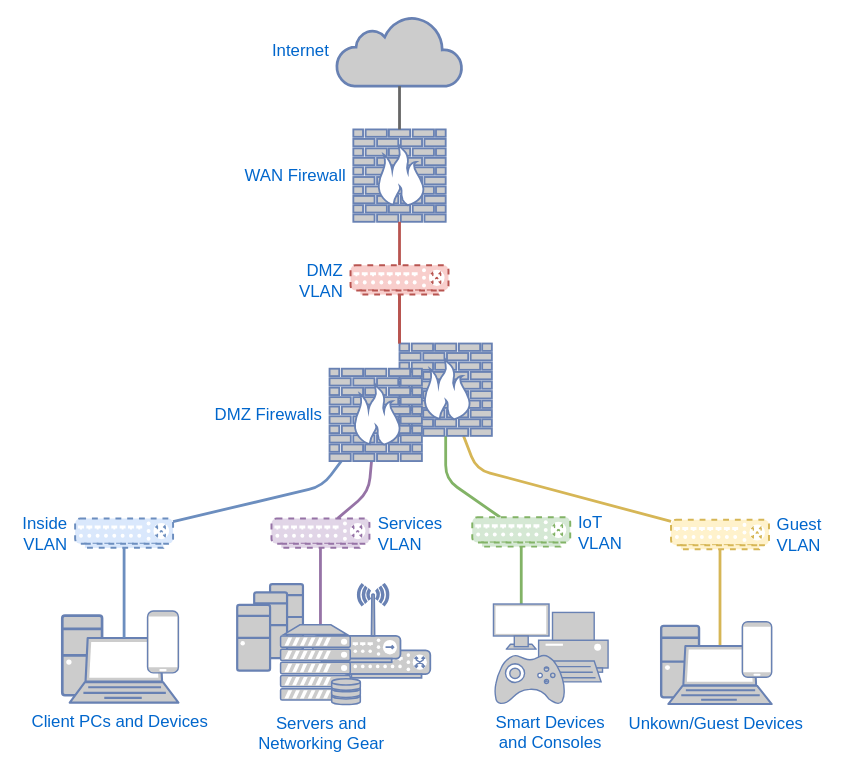
bcbrookman/homelab keeps this draw.io diagram as docs/content/assets/homelab-logical-network-topology.svg. Above is the earlier version. Source tidied: cells renumbered, new cells last; positions are measured from the earlier drawing's top-left corner, leaving out a move shared by most shapes. The source it was exported from:
```xml
<mxGraphModel>
  <root>
    <mxCell id="0" />
    <mxCell id="1" parent="0" />
    <mxCell id="2" style="rounded=0;whiteSpace=wrap;html=1;strokeColor=none;" parent="1" vertex="1">
      <mxGeometry width="600" height="550" as="geometry" />
    </mxCell>
    <mxCell id="3" style="endArrow=none;html=1;strokeWidth=2;fillColor=#d5e8d4;strokeColor=#82b366;fontFamily=Arial;fontColor=#0066CC;" parent="1" edge="1" source="12" target="32">
      <mxGeometry relative="1" as="geometry" />
    </mxCell>
    <mxCell id="4" value="&lt;font&gt;Internet&lt;/font&gt;" style="html=1;outlineConnect=0;fillColor=#CCCCCC;strokeColor=#6881B3;gradientColor=none;gradientDirection=north;strokeWidth=2;shape=mxgraph.networks.cloud;labelPosition=left;verticalLabelPosition=middle;align=right;verticalAlign=middle;sketch=0;shadow=0;spacing=6;fontFamily=Arial;fontColor=#0066CC;" parent="1" vertex="1">
      <mxGeometry x="240" y="11" width="90" height="50" as="geometry" />
    </mxCell>
    <mxCell id="5" style="endArrow=none;html=1;fillColor=#f8cecc;strokeWidth=2;strokeColor=#b85450;entryX=0;entryY=0;entryDx=0;entryDy=0;entryPerimeter=0;fontFamily=Arial;fontColor=#0066CC;" parent="1" edge="1" source="23" target="26">
      <mxGeometry relative="1" as="geometry" />
    </mxCell>
    <mxCell id="6" style="endArrow=none;html=1;strokeWidth=2;fillColor=#e1d5e7;strokeColor=#9673a6;fontFamily=Arial;fontColor=#0066CC;" parent="1" edge="1" source="27" target="29">
      <mxGeometry relative="1" as="geometry">
        <Array as="points">
          <mxPoint x="263" y="351" />
        </Array>
      </mxGeometry>
    </mxCell>
    <mxCell id="7" value="Inside&lt;br&gt;VLAN" style="verticalAlign=middle;verticalLabelPosition=middle;labelPosition=left;align=right;html=1;outlineConnect=0;fillColor=#dae8fc;strokeColor=#6c8ebf;gradientDirection=north;strokeWidth=2;shape=mxgraph.networks.switch;sketch=0;shadow=0;spacing=6;dashed=1;fontFamily=Arial;fontColor=#0066CC;" parent="1" vertex="1">
      <mxGeometry x="53.2" y="370" width="70" height="21" as="geometry" />
    </mxCell>
    <mxCell id="8" style="endArrow=none;html=1;strokeWidth=2;fillColor=#dae8fc;strokeColor=#6c8ebf;fontFamily=Arial;fontColor=#0066CC;" parent="1" edge="1" source="27" target="7">
      <mxGeometry relative="1" as="geometry">
        <Array as="points">
          <mxPoint x="230" y="347" />
        </Array>
      </mxGeometry>
    </mxCell>
    <mxCell id="9" style="endArrow=none;html=1;strokeWidth=2;fillColor=#d5e8d4;strokeColor=#82b366;fontFamily=Arial;fontColor=#0066CC;" parent="1" edge="1" source="26" target="32">
      <mxGeometry relative="1" as="geometry">
        <Array as="points">
          <mxPoint x="318" y="342" />
        </Array>
      </mxGeometry>
    </mxCell>
    <mxCell id="10" style="endArrow=none;html=1;strokeWidth=2;fillColor=#fff2cc;strokeColor=#d6b656;fontFamily=Arial;fontColor=#0066CC;" parent="1" edge="1" source="26" target="30">
      <mxGeometry relative="1" as="geometry">
        <Array as="points">
          <mxPoint x="340" y="335" />
        </Array>
      </mxGeometry>
    </mxCell>
    <mxCell id="11" value="Smart Devices &#10;and Consoles" style="group;labelPosition=center;verticalLabelPosition=bottom;align=center;verticalAlign=top;fontFamily=Arial;fontColor=#0066CC;" parent="1" vertex="1">
      <mxGeometry x="352.1" y="431.2" width="81.9" height="71.3" as="geometry" />
    </mxCell>
    <mxCell id="12" style="verticalAlign=top;verticalLabelPosition=bottom;labelPosition=center;align=center;html=1;outlineConnect=0;fillColor=#CCCCCC;strokeColor=#6881B3;gradientColor=none;gradientDirection=north;strokeWidth=2;shape=mxgraph.networks.monitor;fontFamily=Arial;fontColor=#0066CC;" parent="11" vertex="1">
      <mxGeometry width="39.7" height="32.3" as="geometry" />
    </mxCell>
    <mxCell id="13" style="verticalAlign=top;verticalLabelPosition=bottom;labelPosition=center;align=center;html=1;fillColor=#CCCCCC;strokeColor=#6881B3;gradientColor=none;gradientDirection=north;strokeWidth=2;shape=mxgraph.networks.printer;fontFamily=Arial;fontColor=#0066CC;" parent="11" vertex="1">
      <mxGeometry x="32.3" y="6" width="49.6" height="49.6" as="geometry" />
    </mxCell>
    <mxCell id="14" style="verticalAlign=top;verticalLabelPosition=bottom;labelPosition=center;align=center;html=1;fillColor=#CCCCCC;strokeColor=#6881B3;gradientColor=none;gradientDirection=north;strokeWidth=2;shape=mxgraph.networks.gamepad;fontFamily=Arial;fontColor=#0066CC;" parent="11" vertex="1">
      <mxGeometry x="1" y="36.6" width="49.6" height="34.8" as="geometry" />
    </mxCell>
    <mxCell id="15" value="Client PCs and Devices" style="group;labelPosition=center;verticalLabelPosition=bottom;align=center;verticalAlign=top;fontFamily=Arial;fontColor=#0066CC;" parent="1" vertex="1">
      <mxGeometry x="44" y="436.2" width="83" height="65.5" as="geometry" />
    </mxCell>
    <mxCell id="16" style="verticalAlign=top;verticalLabelPosition=bottom;labelPosition=center;align=center;html=1;fillColor=#CCCCCC;strokeColor=#6881B3;gradientColor=none;gradientDirection=north;strokeWidth=2;shape=mxgraph.networks.desktop_pc;fontFamily=Arial;fontColor=#0066CC;" parent="15" vertex="1">
      <mxGeometry y="3.3" width="28.4" height="56.9" as="geometry" />
    </mxCell>
    <mxCell id="17" style="verticalAlign=top;verticalLabelPosition=bottom;labelPosition=center;align=center;html=1;outlineConnect=0;fillColor=#CCCCCC;strokeColor=#6881B3;gradientColor=none;gradientDirection=north;strokeWidth=2;shape=mxgraph.networks.laptop;fontFamily=Arial;fontColor=#0066CC;" parent="15" vertex="1">
      <mxGeometry x="5.3" y="19.3" width="77.7" height="46.2" as="geometry" />
    </mxCell>
    <mxCell id="18" style="verticalAlign=top;verticalLabelPosition=bottom;labelPosition=center;align=center;html=1;fillColor=#CCCCCC;strokeColor=#6881B3;gradientColor=none;gradientDirection=north;strokeWidth=2;shape=mxgraph.networks.mobile;fontFamily=Arial;fontColor=#0066CC;" parent="15" vertex="1">
      <mxGeometry x="60.9" width="22.1" height="44.2" as="geometry" />
    </mxCell>
    <mxCell id="19" style="endArrow=none;html=1;strokeWidth=2;fillColor=#dae8fc;strokeColor=#6c8ebf;fontFamily=Arial;fontColor=#0066CC;" parent="1" edge="1" source="17" target="7">
      <mxGeometry relative="1" as="geometry" />
    </mxCell>
    <mxCell id="20" style="edgeStyle=orthogonalEdgeStyle;rounded=0;orthogonalLoop=1;jettySize=auto;html=1;exitX=0.5;exitY=1;exitDx=0;exitDy=0;exitPerimeter=0;fontFamily=Arial;fontColor=#0066CC;" parent="1" edge="1" source="4" target="4">
      <mxGeometry relative="1" as="geometry" />
    </mxCell>
    <mxCell id="21" value="WAN Firewall&lt;br&gt;" style="verticalAlign=middle;verticalLabelPosition=middle;labelPosition=left;align=right;html=1;outlineConnect=0;fillColor=#CCCCCC;strokeColor=#6881B3;gradientColor=none;gradientDirection=north;strokeWidth=2;shape=mxgraph.networks.firewall;spacing=6;fontFamily=Arial;fontColor=#0066CC;" parent="1" vertex="1">
      <mxGeometry x="252" y="92" width="66" height="66" as="geometry" />
    </mxCell>
    <mxCell id="22" style="endArrow=none;html=1;fillColor=#f5f5f5;strokeWidth=2;strokeColor=#666666;fontFamily=Arial;fontColor=#0066CC;" parent="1" edge="1" source="4" target="21">
      <mxGeometry relative="1" as="geometry" />
    </mxCell>
    <mxCell id="23" value="&lt;font&gt;DMZ&lt;br&gt;VLAN&lt;/font&gt;" style="verticalAlign=middle;verticalLabelPosition=middle;labelPosition=left;align=right;html=1;outlineConnect=0;fillColor=#f8cecc;strokeColor=#b85450;gradientDirection=north;strokeWidth=2;shape=mxgraph.networks.switch;sketch=0;shadow=0;spacing=6;dashed=1;fontFamily=Arial;fontColor=#0066CC;" parent="1" vertex="1">
      <mxGeometry x="250" y="189" width="70" height="21" as="geometry" />
    </mxCell>
    <mxCell id="24" style="endArrow=none;html=1;fillColor=#f8cecc;strokeWidth=2;strokeColor=#b85450;fontFamily=Arial;fontColor=#0066CC;" parent="1" edge="1" source="21" target="23">
      <mxGeometry relative="1" as="geometry" />
    </mxCell>
    <mxCell id="25" style="group;fontFamily=Arial;fontColor=#0066CC;" parent="1" vertex="1">
      <mxGeometry x="235" y="245" width="116" height="84" as="geometry" />
    </mxCell>
    <mxCell id="26" value="&lt;br&gt;" style="verticalAlign=middle;verticalLabelPosition=middle;labelPosition=left;align=right;html=1;outlineConnect=0;fillColor=#CCCCCC;strokeColor=#6881B3;gradientColor=none;gradientDirection=north;strokeWidth=2;shape=mxgraph.networks.firewall;spacing=6;shadow=0;fontFamily=Arial;fontColor=#0066CC;" parent="25" vertex="1">
      <mxGeometry x="50" width="66" height="66" as="geometry" />
    </mxCell>
    <mxCell id="27" value="DMZ Firewalls&lt;br&gt;" style="verticalAlign=middle;verticalLabelPosition=middle;labelPosition=left;align=right;html=1;outlineConnect=0;fillColor=#CCCCCC;strokeColor=#6881B3;gradientColor=none;gradientDirection=north;strokeWidth=2;shape=mxgraph.networks.firewall;spacing=6;shadow=0;fontFamily=Arial;fontColor=#0066CC;" parent="25" vertex="1">
      <mxGeometry y="18" width="66" height="66" as="geometry" />
    </mxCell>
    <mxCell id="28" style="endArrow=none;html=1;fillColor=#f8cecc;strokeWidth=2;strokeColor=#b85450;entryX=0;entryY=0;entryDx=0;entryDy=0;entryPerimeter=0;fontFamily=Arial;fontColor=#0066CC;" parent="1" edge="1" source="23" target="26">
      <mxGeometry relative="1" as="geometry" />
    </mxCell>
    <mxCell id="29" value="Services&lt;br&gt;VLAN" style="verticalAlign=middle;verticalLabelPosition=middle;labelPosition=right;align=left;html=1;outlineConnect=0;fillColor=#e1d5e7;strokeColor=#9673a6;gradientDirection=north;strokeWidth=2;shape=mxgraph.networks.switch;sketch=0;shadow=0;spacing=6;dashed=1;fontFamily=Arial;fontColor=#0066CC;" parent="1" vertex="1">
      <mxGeometry x="193.5" y="370" width="70" height="21" as="geometry" />
    </mxCell>
    <mxCell id="30" value="Guest&lt;br&gt;VLAN" style="verticalAlign=middle;verticalLabelPosition=middle;labelPosition=right;align=left;html=1;outlineConnect=0;fillColor=#fff2cc;strokeColor=#d6b656;gradientDirection=north;strokeWidth=2;shape=mxgraph.networks.switch;sketch=0;shadow=0;spacing=6;dashed=1;fontFamily=Arial;fontColor=#0066CC;" parent="1" vertex="1">
      <mxGeometry x="479" y="371" width="70" height="21" as="geometry" />
    </mxCell>
    <mxCell id="31" style="endArrow=none;html=1;strokeWidth=2;fillColor=#fff2cc;strokeColor=#d6b656;fontFamily=Arial;fontColor=#0066CC;" parent="1" edge="1" source="36" target="30">
      <mxGeometry relative="1" as="geometry" />
    </mxCell>
    <mxCell id="32" value="IoT&lt;br&gt;VLAN" style="verticalAlign=middle;verticalLabelPosition=middle;labelPosition=right;align=left;html=1;outlineConnect=0;fillColor=#d5e8d4;strokeColor=#82b366;gradientDirection=north;strokeWidth=2;shape=mxgraph.networks.switch;sketch=0;shadow=0;spacing=6;dashed=1;fontFamily=Arial;fontColor=#0066CC;" parent="1" vertex="1">
      <mxGeometry x="337" y="369.2" width="70" height="21" as="geometry" />
    </mxCell>
    <mxCell id="33" style="group;fontFamily=Arial;fontColor=#0066CC;" parent="1" vertex="1">
      <mxGeometry x="472" y="443.8" width="79" height="58.9" as="geometry" />
    </mxCell>
    <mxCell id="34" value="Unkown/Guest Devices" style="group;labelPosition=center;verticalLabelPosition=bottom;align=center;verticalAlign=top;fontFamily=Arial;fontColor=#0066CC;" parent="33" vertex="1">
      <mxGeometry width="79" height="58.9" as="geometry" />
    </mxCell>
    <mxCell id="35" style="verticalAlign=top;verticalLabelPosition=bottom;labelPosition=center;align=center;html=1;fillColor=#CCCCCC;strokeColor=#6881B3;gradientColor=none;gradientDirection=north;strokeWidth=2;shape=mxgraph.networks.desktop_pc;fontFamily=Arial;fontColor=#0066CC;" parent="34" vertex="1">
      <mxGeometry y="3" width="27.1" height="51.1" as="geometry" />
    </mxCell>
    <mxCell id="36" style="verticalAlign=top;verticalLabelPosition=bottom;labelPosition=center;align=center;html=1;outlineConnect=0;fillColor=#CCCCCC;strokeColor=#6881B3;gradientColor=none;gradientDirection=north;strokeWidth=2;shape=mxgraph.networks.laptop;fontFamily=Arial;fontColor=#0066CC;" parent="34" vertex="1">
      <mxGeometry x="5.1" y="17.3" width="73.9" height="41.5" as="geometry" />
    </mxCell>
    <mxCell id="37" style="verticalAlign=top;verticalLabelPosition=bottom;labelPosition=center;align=center;html=1;fillColor=#CCCCCC;strokeColor=#6881B3;gradientColor=none;gradientDirection=north;strokeWidth=2;shape=mxgraph.networks.mobile;fontFamily=Arial;fontColor=#0066CC;" parent="34" vertex="1">
      <mxGeometry x="58" width="21" height="39.7" as="geometry" />
    </mxCell>
    <mxCell id="38" style="endArrow=none;html=1;strokeWidth=2;fillColor=#e1d5e7;strokeColor=#9673a6;fontFamily=Arial;fontColor=#0066CC;" parent="1" edge="1" source="29" target="50">
      <mxGeometry relative="1" as="geometry" />
    </mxCell>
    <mxCell id="39" style="group;fontFamily=Arial;fontColor=#0066CC;" parent="1" vertex="1">
      <mxGeometry x="169" y="405.9" width="138" height="97.1" as="geometry" />
    </mxCell>
    <mxCell id="40" style="group;labelPosition=center;verticalLabelPosition=bottom;align=center;verticalAlign=top;fontFamily=Arial;fontColor=#0066CC;" parent="39" vertex="1">
      <mxGeometry x="42" width="96" height="78" as="geometry" />
    </mxCell>
    <mxCell id="41" style="group;fontFamily=Arial;fontColor=#0066CC;" parent="40" vertex="1">
      <mxGeometry x="12" y="11" width="84" height="67" as="geometry" />
    </mxCell>
    <mxCell id="42" style="group;fontFamily=Arial;fontColor=#0066CC;" parent="41" vertex="1">
      <mxGeometry width="84" height="67" as="geometry" />
    </mxCell>
    <mxCell id="43" style="verticalAlign=top;verticalLabelPosition=bottom;labelPosition=center;align=center;html=1;fillColor=#CCCCCC;strokeColor=#6881B3;gradientColor=none;gradientDirection=north;strokeWidth=2;shape=mxgraph.networks.switch;fontFamily=Arial;fontColor=#0066CC;" parent="42" vertex="1">
      <mxGeometry x="21.3" y="47.3" width="62.7" height="19.7" as="geometry" />
    </mxCell>
    <mxCell id="44" style="verticalAlign=top;verticalLabelPosition=bottom;labelPosition=center;align=center;html=1;fillColor=#CCCCCC;strokeColor=#6881B3;gradientColor=none;gradientDirection=north;strokeWidth=2;shape=mxgraph.networks.wireless_hub;fontFamily=Arial;fontColor=#0066CC;" parent="42" vertex="1">
      <mxGeometry width="62.7" height="55.8" as="geometry" />
    </mxCell>
    <mxCell id="45" style="group;fontFamily=Arial;fontColor=#0066CC;" parent="39" vertex="1">
      <mxGeometry y="11" width="47" height="61.9" as="geometry" />
    </mxCell>
    <mxCell id="46" style="group;labelPosition=center;verticalLabelPosition=bottom;align=center;verticalAlign=top;fontFamily=Arial;fontColor=#0066CC;" parent="45" vertex="1">
      <mxGeometry width="47" height="61.9" as="geometry" />
    </mxCell>
    <mxCell id="47" style="verticalAlign=top;verticalLabelPosition=bottom;labelPosition=center;align=center;html=1;fillColor=#CCCCCC;strokeColor=#6881B3;gradientColor=none;gradientDirection=north;strokeWidth=2;shape=mxgraph.networks.desktop_pc;fontFamily=Arial;fontColor=#0066CC;" parent="46" vertex="1">
      <mxGeometry x="23.5" width="23.5" height="47" as="geometry" />
    </mxCell>
    <mxCell id="48" style="verticalAlign=top;verticalLabelPosition=bottom;labelPosition=center;align=center;html=1;fillColor=#CCCCCC;strokeColor=#6881B3;gradientColor=none;gradientDirection=north;strokeWidth=2;shape=mxgraph.networks.desktop_pc;fontFamily=Arial;fontColor=#0066CC;" parent="46" vertex="1">
      <mxGeometry x="12.1" y="5.9" width="23.5" height="47" as="geometry" />
    </mxCell>
    <mxCell id="49" style="verticalAlign=top;verticalLabelPosition=bottom;labelPosition=center;align=center;html=1;fillColor=#CCCCCC;strokeColor=#6881B3;gradientColor=none;gradientDirection=north;strokeWidth=2;shape=mxgraph.networks.desktop_pc;fontFamily=Arial;fontColor=#0066CC;" parent="46" vertex="1">
      <mxGeometry y="14.9" width="23.5" height="47" as="geometry" />
    </mxCell>
    <mxCell id="50" value="Servers and &lt;br&gt;Networking Gear" style="verticalAlign=top;verticalLabelPosition=bottom;labelPosition=center;align=center;html=1;outlineConnect=0;fillColor=#CCCCCC;strokeColor=#6881B3;gradientColor=none;gradientDirection=north;strokeWidth=2;shape=mxgraph.networks.server_storage;shadow=0;fontFamily=Arial;fontColor=#0066CC;" parent="39" vertex="1">
      <mxGeometry x="31" y="40.1" width="57" height="57" as="geometry" />
    </mxCell>
  </root>
</mxGraphModel>
```
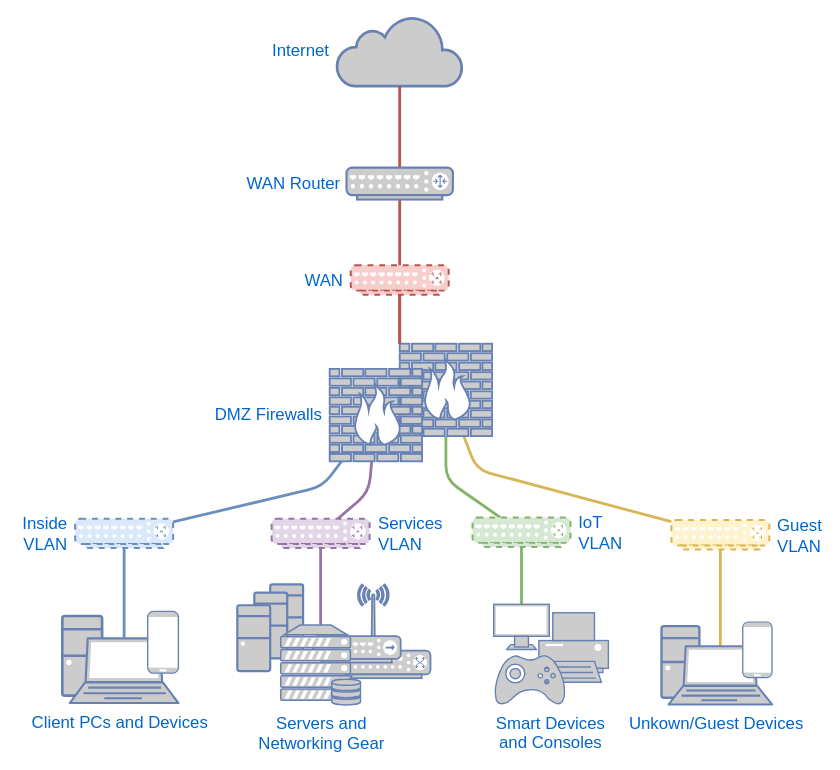
Above is the later version.

The edit, as a diff of the source:
```diff
@@ -75,16 +75,13 @@
     <mxCell id="20" style="edgeStyle=orthogonalEdgeStyle;rounded=0;orthogonalLoop=1;jettySize=auto;html=1;exitX=0.5;exitY=1;exitDx=0;exitDy=0;exitPerimeter=0;fontFamily=Arial;fontColor=#0066CC;" parent="1" edge="1" source="4" target="4">
       <mxGeometry relative="1" as="geometry" />
     </mxCell>
-    <mxCell id="21" value="WAN Firewall&lt;br&gt;" style="verticalAlign=middle;verticalLabelPosition=middle;labelPosition=left;align=right;html=1;outlineConnect=0;fillColor=#CCCCCC;strokeColor=#6881B3;gradientColor=none;gradientDirection=north;strokeWidth=2;shape=mxgraph.networks.firewall;spacing=6;fontFamily=Arial;fontColor=#0066CC;" parent="1" vertex="1">
-      <mxGeometry x="252" y="92" width="66" height="66" as="geometry" />
-    </mxCell>
-    <mxCell id="22" style="endArrow=none;html=1;fillColor=#f5f5f5;strokeWidth=2;strokeColor=#666666;fontFamily=Arial;fontColor=#0066CC;" parent="1" edge="1" source="4" target="21">
+    <mxCell id="22" style="endArrow=none;html=1;fillColor=#f8cecc;strokeWidth=2;strokeColor=#b85450;fontFamily=Arial;fontColor=#0066CC;" parent="1" edge="1" source="4" target="51">
       <mxGeometry relative="1" as="geometry" />
     </mxCell>
-    <mxCell id="23" value="&lt;font&gt;DMZ&lt;br&gt;VLAN&lt;/font&gt;" style="verticalAlign=middle;verticalLabelPosition=middle;labelPosition=left;align=right;html=1;outlineConnect=0;fillColor=#f8cecc;strokeColor=#b85450;gradientDirection=north;strokeWidth=2;shape=mxgraph.networks.switch;sketch=0;shadow=0;spacing=6;dashed=1;fontFamily=Arial;fontColor=#0066CC;" parent="1" vertex="1">
+    <mxCell id="23" value="WAN" style="verticalAlign=middle;verticalLabelPosition=middle;labelPosition=left;align=right;html=1;outlineConnect=0;fillColor=#f8cecc;strokeColor=#b85450;gradientDirection=north;strokeWidth=2;shape=mxgraph.networks.switch;sketch=0;shadow=0;spacing=6;dashed=1;fontFamily=Arial;fontColor=#0066CC;" parent="1" vertex="1">
       <mxGeometry x="250" y="189" width="70" height="21" as="geometry" />
     </mxCell>
-    <mxCell id="24" style="endArrow=none;html=1;fillColor=#f8cecc;strokeWidth=2;strokeColor=#b85450;fontFamily=Arial;fontColor=#0066CC;" parent="1" edge="1" source="21" target="23">
+    <mxCell id="24" style="endArrow=none;html=1;fillColor=#f8cecc;strokeWidth=2;strokeColor=#b85450;fontFamily=Arial;fontColor=#0066CC;" parent="1" edge="1" source="51" target="23">
       <mxGeometry relative="1" as="geometry" />
     </mxCell>
     <mxCell id="25" style="group;fontFamily=Arial;fontColor=#0066CC;" parent="1" vertex="1">
@@ -165,5 +162,8 @@
     <mxCell id="50" value="Servers and &lt;br&gt;Networking Gear" style="verticalAlign=top;verticalLabelPosition=bottom;labelPosition=center;align=center;html=1;outlineConnect=0;fillColor=#CCCCCC;strokeColor=#6881B3;gradientColor=none;gradientDirection=north;strokeWidth=2;shape=mxgraph.networks.server_storage;shadow=0;fontFamily=Arial;fontColor=#0066CC;" parent="39" vertex="1">
       <mxGeometry x="31" y="40.1" width="57" height="57" as="geometry" />
     </mxCell>
+    <mxCell id="51" value="WAN Router" style="fontColor=#0066CC;verticalAlign=middle;verticalLabelPosition=middle;labelPosition=left;align=center;html=1;outlineConnect=0;fillColor=#CCCCCC;strokeColor=#6881B3;gradientColor=none;gradientDirection=north;strokeWidth=2;shape=mxgraph.networks.router;textDirection=ltr;" parent="1" vertex="1">
+      <mxGeometry x="247" y="119.2" width="76" height="22.8" as="geometry" />
+    </mxCell>
   </root>
 </mxGraphModel>
```
